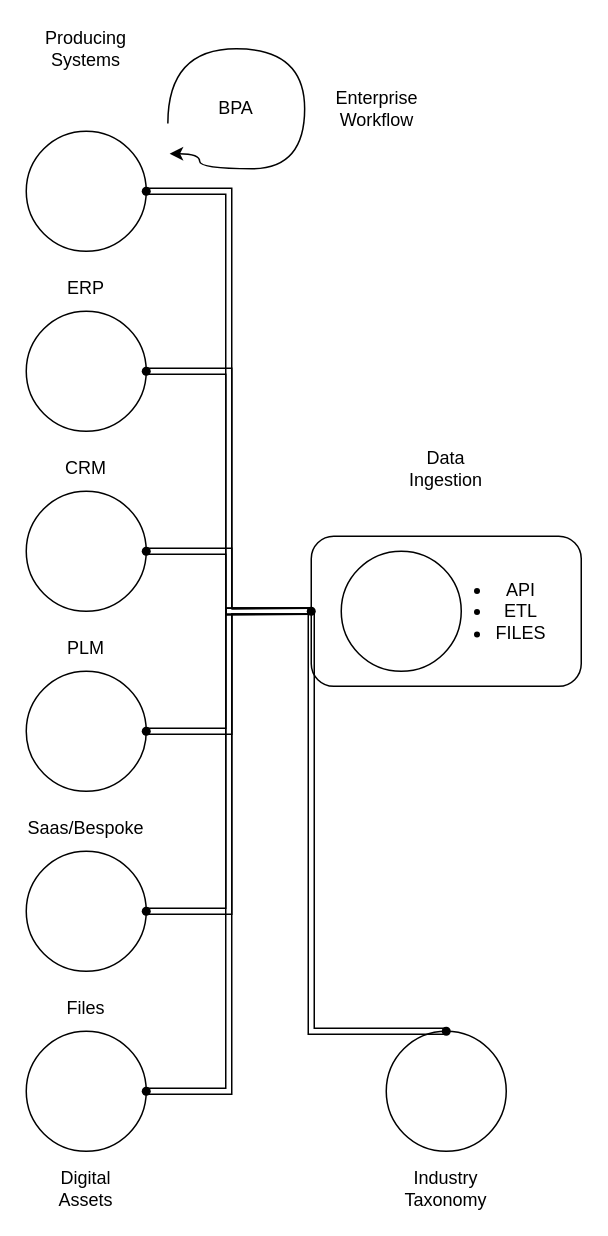
The draw.io diagram Data Lifecycle.drawio in bellateixeira/bellateixeira, before the edit. Source tidied: cells renumbered, new cells numbered last; positions are measured from the earlier drawing's top-left corner, leaving out a move shared by most shapes. Both pictures are drawn from the tidied source at 150%, with x=0, y=0 at pixel (26, 26).
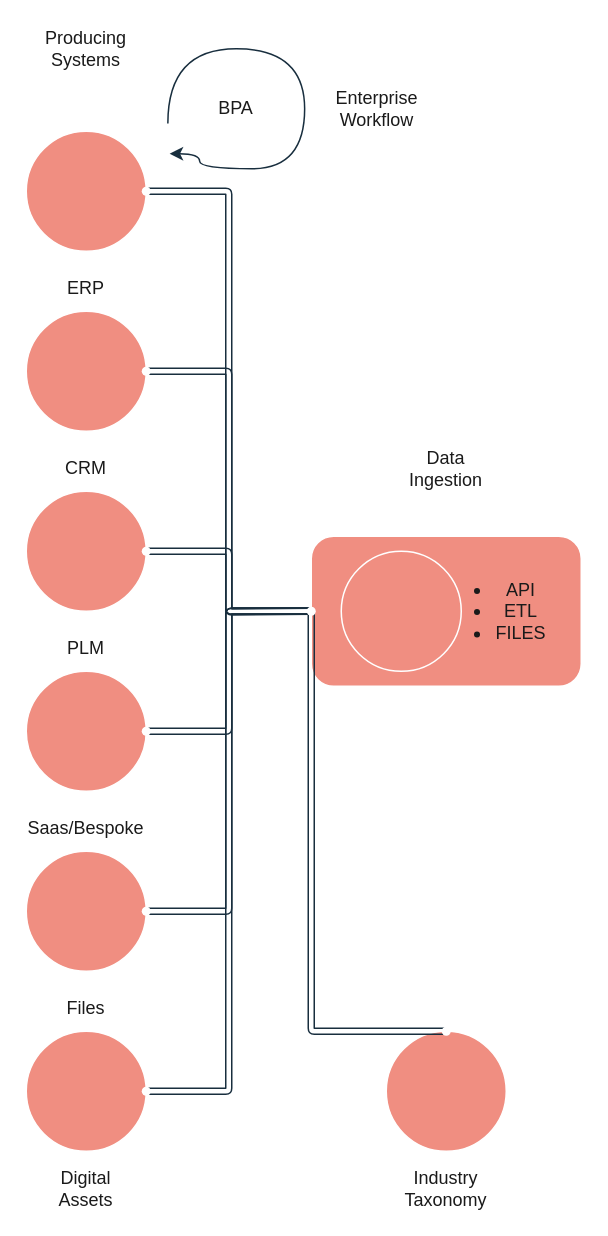
Above is the later version.

The edit, as a diff of the source:
```diff
@@
-    <mxCell id="2" style="rounded=1;whiteSpace=wrap;html=1;" parent="1" vertex="1">
+    <mxCell id="2" style="rounded=1;whiteSpace=wrap;html=1;labelBackgroundColor=none;fillColor=#F08E81;strokeColor=#FFFFFF;fontColor=#1A1A1A;" parent="1" vertex="1">
       <mxGeometry x="190" y="340" width="180" height="100" as="geometry" />
     </mxCell>
-    <mxCell id="3" style="ellipse;whiteSpace=wrap;html=1;" parent="1" vertex="1">
+    <mxCell id="3" style="ellipse;whiteSpace=wrap;html=1;rounded=1;labelBackgroundColor=none;fillColor=#F08E81;strokeColor=#FFFFFF;fontColor=#1A1A1A;" parent="1" vertex="1">
       <mxGeometry y="70" width="80" height="80" as="geometry" />
     </mxCell>
-    <mxCell id="4" style="edgeStyle=orthogonalEdgeStyle;curved=1;rounded=0;jettySize=auto;html=1;exitX=1;exitY=0.5;exitDx=0;exitDy=0;entryX=0;entryY=0.5;entryDx=0;entryDy=0;shape=link;" parent="1" edge="1" source="5" target="2">
+    <mxCell id="4" style="edgeStyle=orthogonalEdgeStyle;curved=1;rounded=1;jettySize=auto;html=1;exitX=1;exitY=0.5;exitDx=0;exitDy=0;entryX=0;entryY=0.5;entryDx=0;entryDy=0;shape=link;labelBackgroundColor=none;strokeColor=#182E3E;fontColor=default;" parent="1" edge="1" source="5" target="2">
       <mxGeometry relative="1" as="geometry" />
     </mxCell>
-    <mxCell id="5" style="ellipse;whiteSpace=wrap;html=1;" parent="1" vertex="1">
+    <mxCell id="5" style="ellipse;whiteSpace=wrap;html=1;rounded=1;labelBackgroundColor=none;fillColor=#F08E81;strokeColor=#FFFFFF;fontColor=#1A1A1A;" parent="1" vertex="1">
       <mxGeometry y="190" width="80" height="80" as="geometry" />
     </mxCell>
-    <mxCell id="6" style="edgeStyle=orthogonalEdgeStyle;curved=1;rounded=0;jettySize=auto;html=1;exitX=1;exitY=0.5;exitDx=0;exitDy=0;shape=link;" parent="1" edge="1" source="7">
+    <mxCell id="6" style="edgeStyle=orthogonalEdgeStyle;curved=1;rounded=1;jettySize=auto;html=1;exitX=1;exitY=0.5;exitDx=0;exitDy=0;shape=link;labelBackgroundColor=none;strokeColor=#182E3E;fontColor=default;" parent="1" edge="1" source="7">
       <mxGeometry relative="1" as="geometry">
         <mxPoint x="190" y="390" as="targetPoint" />
       </mxGeometry>
     </mxCell>
-    <mxCell id="7" style="ellipse;whiteSpace=wrap;html=1;" parent="1" vertex="1">
+    <mxCell id="7" style="ellipse;whiteSpace=wrap;html=1;rounded=1;labelBackgroundColor=none;fillColor=#F08E81;strokeColor=#FFFFFF;fontColor=#1A1A1A;" parent="1" vertex="1">
       <mxGeometry y="310" width="80" height="80" as="geometry" />
     </mxCell>
-    <mxCell id="8" style="edgeStyle=orthogonalEdgeStyle;curved=1;rounded=0;jettySize=auto;html=1;exitX=1;exitY=0.5;exitDx=0;exitDy=0;entryX=0;entryY=0.5;entryDx=0;entryDy=0;shape=link;" parent="1" edge="1" source="9" target="2">
+    <mxCell id="8" style="edgeStyle=orthogonalEdgeStyle;curved=1;rounded=1;jettySize=auto;html=1;exitX=1;exitY=0.5;exitDx=0;exitDy=0;entryX=0;entryY=0.5;entryDx=0;entryDy=0;shape=link;labelBackgroundColor=none;strokeColor=#182E3E;fontColor=default;" parent="1" edge="1" source="9" target="2">
       <mxGeometry relative="1" as="geometry" />
     </mxCell>
-    <mxCell id="9" style="ellipse;whiteSpace=wrap;html=1;" parent="1" vertex="1">
+    <mxCell id="9" style="ellipse;whiteSpace=wrap;html=1;rounded=1;labelBackgroundColor=none;fillColor=#F08E81;strokeColor=#FFFFFF;fontColor=#1A1A1A;" parent="1" vertex="1">
       <mxGeometry y="430" width="80" height="80" as="geometry" />
     </mxCell>
-    <mxCell id="10" style="edgeStyle=orthogonalEdgeStyle;curved=1;rounded=0;jettySize=auto;html=1;exitX=1;exitY=0.5;exitDx=0;exitDy=0;entryX=0;entryY=0.5;entryDx=0;entryDy=0;shape=link;" parent="1" edge="1" source="11" target="2">
+    <mxCell id="10" style="edgeStyle=orthogonalEdgeStyle;curved=1;rounded=1;jettySize=auto;html=1;exitX=1;exitY=0.5;exitDx=0;exitDy=0;entryX=0;entryY=0.5;entryDx=0;entryDy=0;shape=link;labelBackgroundColor=none;strokeColor=#182E3E;fontColor=default;" parent="1" edge="1" source="11" target="2">
       <mxGeometry relative="1" as="geometry" />
     </mxCell>
-    <mxCell id="11" style="ellipse;whiteSpace=wrap;html=1;" parent="1" vertex="1">
+    <mxCell id="11" style="ellipse;whiteSpace=wrap;html=1;rounded=1;labelBackgroundColor=none;fillColor=#F08E81;strokeColor=#FFFFFF;fontColor=#1A1A1A;" parent="1" vertex="1">
       <mxGeometry y="550" width="80" height="80" as="geometry" />
     </mxCell>
-    <mxCell id="12" style="edgeStyle=orthogonalEdgeStyle;curved=1;rounded=0;jettySize=auto;html=1;exitX=1;exitY=0.5;exitDx=0;exitDy=0;entryX=0;entryY=0.5;entryDx=0;entryDy=0;shape=link;" parent="1" edge="1" source="13" target="2">
+    <mxCell id="12" style="edgeStyle=orthogonalEdgeStyle;curved=1;rounded=1;jettySize=auto;html=1;exitX=1;exitY=0.5;exitDx=0;exitDy=0;entryX=0;entryY=0.5;entryDx=0;entryDy=0;shape=link;labelBackgroundColor=none;strokeColor=#182E3E;fontColor=default;" parent="1" edge="1" source="13" target="2">
       <mxGeometry relative="1" as="geometry" />
     </mxCell>
-    <mxCell id="13" style="ellipse;whiteSpace=wrap;html=1;" parent="1" vertex="1">
+    <mxCell id="13" style="ellipse;whiteSpace=wrap;html=1;rounded=1;labelBackgroundColor=none;fillColor=#F08E81;strokeColor=#FFFFFF;fontColor=#1A1A1A;" parent="1" vertex="1">
       <mxGeometry y="670" width="80" height="80" as="geometry" />
     </mxCell>
-    <mxCell id="14" value="Producing Systems" style="text;strokeColor=none;align=center;fillColor=none;html=1;verticalAlign=middle;whiteSpace=wrap;rounded=0;" parent="1" vertex="1">
+    <mxCell id="14" value="Producing Systems" style="text;strokeColor=none;align=center;fillColor=none;html=1;verticalAlign=middle;whiteSpace=wrap;rounded=1;labelBackgroundColor=none;fontColor=#1A1A1A;" parent="1" vertex="1">
       <mxGeometry x="10" width="60" height="30" as="geometry" />
     </mxCell>
-    <mxCell id="15" style="ellipse;whiteSpace=wrap;html=1;" parent="1" vertex="1">
+    <mxCell id="15" style="ellipse;whiteSpace=wrap;html=1;rounded=1;labelBackgroundColor=none;fillColor=#F08E81;strokeColor=#FFFFFF;fontColor=#1A1A1A;" parent="1" vertex="1">
       <mxGeometry x="210" y="350" width="80" height="80" as="geometry" />
     </mxCell>
-    <mxCell id="16" value="&lt;ul&gt;&lt;li&gt;API&lt;/li&gt;&lt;li&gt;ETL&lt;/li&gt;&lt;li&gt;FILES&lt;/li&gt;&lt;/ul&gt;" style="text;strokeColor=none;align=center;fillColor=none;html=1;verticalAlign=middle;whiteSpace=wrap;rounded=0;" parent="1" vertex="1">
+    <mxCell id="16" value="&lt;ul&gt;&lt;li&gt;API&lt;/li&gt;&lt;li&gt;ETL&lt;/li&gt;&lt;li&gt;FILES&lt;/li&gt;&lt;/ul&gt;" style="text;strokeColor=none;align=center;fillColor=none;html=1;verticalAlign=middle;whiteSpace=wrap;rounded=1;labelBackgroundColor=none;fontColor=#1A1A1A;" parent="1" vertex="1">
       <mxGeometry x="260" y="365" width="100" height="50" as="geometry" />
     </mxCell>
-    <mxCell id="17" value="Data Ingestion" style="text;strokeColor=none;align=center;fillColor=none;html=1;verticalAlign=middle;whiteSpace=wrap;rounded=0;" parent="1" vertex="1">
+    <mxCell id="17" value="Data Ingestion" style="text;strokeColor=none;align=center;fillColor=none;html=1;verticalAlign=middle;whiteSpace=wrap;rounded=1;labelBackgroundColor=none;fontColor=#1A1A1A;" parent="1" vertex="1">
       <mxGeometry x="250" y="280" width="60" height="30" as="geometry" />
     </mxCell>
-    <mxCell id="18" style="edgeStyle=orthogonalEdgeStyle;curved=1;rounded=0;jettySize=auto;html=1;exitX=1;exitY=0.5;exitDx=0;exitDy=0;entryX=0;entryY=0.5;entryDx=0;entryDy=0;shape=link;shadow=0;" parent="1" edge="1" source="3" target="2">
+    <mxCell id="18" style="edgeStyle=orthogonalEdgeStyle;curved=1;rounded=1;jettySize=auto;html=1;exitX=1;exitY=0.5;exitDx=0;exitDy=0;entryX=0;entryY=0.5;entryDx=0;entryDy=0;shape=link;shadow=0;labelBackgroundColor=none;strokeColor=#182E3E;fontColor=default;" parent="1" edge="1" source="3" target="2">
       <mxGeometry relative="1" as="geometry" />
     </mxCell>
-    <mxCell id="19" style="edgeStyle=orthogonalEdgeStyle;curved=1;rounded=0;jettySize=auto;html=1;exitDx=0;exitDy=0;entryX=0;entryY=0.5;entryDx=0;entryDy=0;shape=link;" parent="1" edge="1" source="36" target="2">
+    <mxCell id="19" style="edgeStyle=orthogonalEdgeStyle;curved=1;rounded=1;jettySize=auto;html=1;exitDx=0;exitDy=0;entryX=0;entryY=0.5;entryDx=0;entryDy=0;shape=link;labelBackgroundColor=none;strokeColor=#182E3E;fontColor=default;" parent="1" edge="1" source="36" target="2">
       <mxGeometry relative="1" as="geometry" />
     </mxCell>
-    <mxCell id="20" style="ellipse;whiteSpace=wrap;html=1;" parent="1" vertex="1">
+    <mxCell id="20" style="ellipse;whiteSpace=wrap;html=1;rounded=1;labelBackgroundColor=none;fillColor=#F08E81;strokeColor=#FFFFFF;fontColor=#1A1A1A;" parent="1" vertex="1">
       <mxGeometry x="240" y="670" width="80" height="80" as="geometry" />
     </mxCell>
-    <mxCell id="21" value="ERP" style="text;strokeColor=none;align=center;fillColor=none;html=1;verticalAlign=middle;whiteSpace=wrap;rounded=0;" parent="1" vertex="1">
+    <mxCell id="21" value="ERP" style="text;strokeColor=none;align=center;fillColor=none;html=1;verticalAlign=middle;whiteSpace=wrap;rounded=1;labelBackgroundColor=none;fontColor=#1A1A1A;" parent="1" vertex="1">
       <mxGeometry x="10" y="160" width="60" height="30" as="geometry" />
     </mxCell>
-    <mxCell id="22" value="CRM" style="text;strokeColor=none;align=center;fillColor=none;html=1;verticalAlign=middle;whiteSpace=wrap;rounded=0;" parent="1" vertex="1">
+    <mxCell id="22" value="CRM" style="text;strokeColor=none;align=center;fillColor=none;html=1;verticalAlign=middle;whiteSpace=wrap;rounded=1;labelBackgroundColor=none;fontColor=#1A1A1A;" parent="1" vertex="1">
       <mxGeometry x="10" y="280" width="60" height="30" as="geometry" />
     </mxCell>
-    <mxCell id="23" value="PLM" style="text;strokeColor=none;align=center;fillColor=none;html=1;verticalAlign=middle;whiteSpace=wrap;rounded=0;" parent="1" vertex="1">
+    <mxCell id="23" value="PLM" style="text;strokeColor=none;align=center;fillColor=none;html=1;verticalAlign=middle;whiteSpace=wrap;rounded=1;labelBackgroundColor=none;fontColor=#1A1A1A;" parent="1" vertex="1">
       <mxGeometry x="10" y="400" width="60" height="30" as="geometry" />
     </mxCell>
-    <mxCell id="24" value="Saas/Bespoke" style="text;strokeColor=none;align=center;fillColor=none;html=1;verticalAlign=middle;whiteSpace=wrap;rounded=0;" parent="1" vertex="1">
+    <mxCell id="24" value="Saas/Bespoke" style="text;strokeColor=none;align=center;fillColor=none;html=1;verticalAlign=middle;whiteSpace=wrap;rounded=1;labelBackgroundColor=none;fontColor=#1A1A1A;" parent="1" vertex="1">
       <mxGeometry x="10" y="520" width="60" height="30" as="geometry" />
     </mxCell>
-    <mxCell id="25" value="Files" style="text;strokeColor=none;align=center;fillColor=none;html=1;verticalAlign=middle;whiteSpace=wrap;rounded=0;" parent="1" vertex="1">
+    <mxCell id="25" value="Files" style="text;strokeColor=none;align=center;fillColor=none;html=1;verticalAlign=middle;whiteSpace=wrap;rounded=1;labelBackgroundColor=none;fontColor=#1A1A1A;" parent="1" vertex="1">
       <mxGeometry x="10" y="640" width="60" height="30" as="geometry" />
     </mxCell>
-    <mxCell id="26" value="Digital Assets" style="text;strokeColor=none;align=center;fillColor=none;html=1;verticalAlign=middle;whiteSpace=wrap;rounded=0;" parent="1" vertex="1">
+    <mxCell id="26" value="Digital Assets" style="text;strokeColor=none;align=center;fillColor=none;html=1;verticalAlign=middle;whiteSpace=wrap;rounded=1;labelBackgroundColor=none;fontColor=#1A1A1A;" parent="1" vertex="1">
       <mxGeometry x="10" y="760" width="60" height="30" as="geometry" />
     </mxCell>
-    <mxCell id="27" value="Industry Taxonomy" style="text;strokeColor=none;align=center;fillColor=none;html=1;verticalAlign=middle;whiteSpace=wrap;rounded=0;" parent="1" vertex="1">
+    <mxCell id="27" value="Industry Taxonomy" style="text;strokeColor=none;align=center;fillColor=none;html=1;verticalAlign=middle;whiteSpace=wrap;rounded=1;labelBackgroundColor=none;fontColor=#1A1A1A;" parent="1" vertex="1">
       <mxGeometry x="250" y="760" width="60" height="30" as="geometry" />
     </mxCell>
-    <mxCell id="28" value="BPA" style="text;strokeColor=none;align=center;fillColor=none;html=1;verticalAlign=middle;whiteSpace=wrap;rounded=0;" parent="1" vertex="1">
+    <mxCell id="28" value="BPA" style="text;strokeColor=none;align=center;fillColor=none;html=1;verticalAlign=middle;whiteSpace=wrap;rounded=1;labelBackgroundColor=none;fontColor=#1A1A1A;" parent="1" vertex="1">
       <mxGeometry x="110" y="40" width="60" height="30" as="geometry" />
     </mxCell>
-    <mxCell id="29" style="shape=waypoint;sketch=0;fillStyle=solid;size=6;fillColor=none;perimeter=centerPerimeter;" parent="1" vertex="1">
+    <mxCell id="29" style="shape=waypoint;fillStyle=solid;size=6;fillColor=none;perimeter=centerPerimeter;rounded=1;labelBackgroundColor=none;strokeColor=#FFFFFF;fontColor=#1A1A1A;" parent="1" vertex="1">
       <mxGeometry x="70" y="100" width="20" height="20" as="geometry" />
     </mxCell>
-    <mxCell id="30" style="shape=waypoint;sketch=0;fillStyle=solid;size=6;fillColor=none;perimeter=centerPerimeter;" parent="1" vertex="1">
+    <mxCell id="30" style="shape=waypoint;fillStyle=solid;size=6;fillColor=none;perimeter=centerPerimeter;rounded=1;labelBackgroundColor=none;strokeColor=#FFFFFF;fontColor=#1A1A1A;" parent="1" vertex="1">
       <mxGeometry x="70" y="220" width="20" height="20" as="geometry" />
     </mxCell>
-    <mxCell id="31" style="shape=waypoint;sketch=0;fillStyle=solid;size=6;fillColor=none;perimeter=centerPerimeter;" parent="1" vertex="1">
+    <mxCell id="31" style="shape=waypoint;fillStyle=solid;size=6;fillColor=none;perimeter=centerPerimeter;rounded=1;labelBackgroundColor=none;strokeColor=#FFFFFF;fontColor=#1A1A1A;" parent="1" vertex="1">
       <mxGeometry x="70" y="340" width="20" height="20" as="geometry" />
     </mxCell>
-    <mxCell id="32" style="shape=waypoint;sketch=0;fillStyle=solid;size=6;fillColor=none;perimeter=centerPerimeter;" parent="1" vertex="1">
+    <mxCell id="32" style="shape=waypoint;fillStyle=solid;size=6;fillColor=none;perimeter=centerPerimeter;rounded=1;labelBackgroundColor=none;strokeColor=#FFFFFF;fontColor=#1A1A1A;" parent="1" vertex="1">
       <mxGeometry x="70" y="460" width="20" height="20" as="geometry" />
     </mxCell>
-    <mxCell id="33" style="shape=waypoint;sketch=0;fillStyle=solid;size=6;fillColor=none;perimeter=centerPerimeter;" parent="1" vertex="1">
+    <mxCell id="33" style="shape=waypoint;fillStyle=solid;size=6;fillColor=none;perimeter=centerPerimeter;rounded=1;labelBackgroundColor=none;strokeColor=#FFFFFF;fontColor=#1A1A1A;" parent="1" vertex="1">
       <mxGeometry x="70" y="580" width="20" height="20" as="geometry" />
     </mxCell>
-    <mxCell id="34" style="shape=waypoint;sketch=0;fillStyle=solid;size=6;fillColor=none;perimeter=centerPerimeter;" parent="1" vertex="1">
+    <mxCell id="34" style="shape=waypoint;fillStyle=solid;size=6;fillColor=none;perimeter=centerPerimeter;rounded=1;labelBackgroundColor=none;strokeColor=#FFFFFF;fontColor=#1A1A1A;" parent="1" vertex="1">
       <mxGeometry x="70" y="700" width="20" height="20" as="geometry" />
     </mxCell>
-    <mxCell id="35" style="edgeStyle=orthogonalEdgeStyle;curved=1;rounded=0;jettySize=auto;html=1;exitDx=0;exitDy=0;entryDx=0;entryDy=0;shape=link;" parent="1" edge="1" source="38" target="36">
+    <mxCell id="35" style="edgeStyle=orthogonalEdgeStyle;curved=1;rounded=1;jettySize=auto;html=1;exitDx=0;exitDy=0;entryDx=0;entryDy=0;shape=link;labelBackgroundColor=none;strokeColor=#182E3E;fontColor=default;" parent="1" edge="1" source="38" target="36">
       <mxGeometry relative="1" as="geometry" />
     </mxCell>
-    <mxCell id="36" style="shape=waypoint;sketch=0;fillStyle=solid;size=6;points=[];fillColor=none;perimeter=centerPerimeter;snapToPoint=1;" parent="1" vertex="1">
+    <mxCell id="36" style="shape=waypoint;fillStyle=solid;size=6;points=[];fillColor=none;perimeter=centerPerimeter;snapToPoint=1;rounded=1;labelBackgroundColor=none;strokeColor=#FFFFFF;fontColor=#1A1A1A;" parent="1" vertex="1">
       <mxGeometry x="180" y="380" width="20" height="20" as="geometry" />
     </mxCell>
-    <mxCell id="37" style="edgeStyle=orthogonalEdgeStyle;curved=1;rounded=0;jettySize=auto;html=1;exitX=0.5;exitY=0;exitDx=0;exitDy=0;entryDx=0;entryDy=0;shape=link;" parent="1" edge="1" source="20" target="38">
+    <mxCell id="37" style="edgeStyle=orthogonalEdgeStyle;curved=1;rounded=1;jettySize=auto;html=1;exitX=0.5;exitY=0;exitDx=0;exitDy=0;entryDx=0;entryDy=0;shape=link;labelBackgroundColor=none;strokeColor=#182E3E;fontColor=default;" parent="1" edge="1" source="20" target="38">
       <mxGeometry relative="1" as="geometry" />
     </mxCell>
-    <mxCell id="38" style="shape=waypoint;sketch=0;fillStyle=solid;size=6;points=[];fillColor=none;perimeter=centerPerimeter;snapToPoint=1;" parent="1" vertex="1">
+    <mxCell id="38" style="shape=waypoint;fillStyle=solid;size=6;points=[];fillColor=none;perimeter=centerPerimeter;snapToPoint=1;rounded=1;labelBackgroundColor=none;strokeColor=#FFFFFF;fontColor=#1A1A1A;" parent="1" vertex="1">
       <mxGeometry x="270" y="660" width="20" height="20" as="geometry" />
     </mxCell>
-    <mxCell id="39" style="edgeStyle=orthogonalEdgeStyle;curved=1;rounded=0;orthogonalLoop=1;jettySize=auto;html=1;" parent="1" edge="1">
+    <mxCell id="39" style="edgeStyle=orthogonalEdgeStyle;curved=1;rounded=1;orthogonalLoop=1;jettySize=auto;html=1;labelBackgroundColor=none;strokeColor=#182E3E;fontColor=default;" parent="1" edge="1">
       <mxGeometry relative="1" as="geometry">
         <mxPoint x="94.4" y="64.8" as="sourcePoint" />
         <mxPoint x="95.6" y="85" as="targetPoint" />
         <Array as="points">
           <mxPoint x="94.6" y="15" />
           <mxPoint x="185.6" y="15" />
           <mxPoint x="185.6" y="95" />
           <mxPoint x="115.6" y="95" />
           <mxPoint x="115.6" y="85" />
         </Array>
       </mxGeometry>
     </mxCell>
-    <mxCell id="40" value="Enterprise Workflow" style="text;strokeColor=none;align=center;fillColor=none;html=1;verticalAlign=middle;whiteSpace=wrap;rounded=0;" parent="1" vertex="1">
+    <mxCell id="40" value="Enterprise Workflow" style="text;strokeColor=none;align=center;fillColor=none;html=1;verticalAlign=middle;whiteSpace=wrap;rounded=1;labelBackgroundColor=none;fontColor=#1A1A1A;" parent="1" vertex="1">
       <mxGeometry x="204" y="40" width="60" height="30" as="geometry" />
     </mxCell>
```
